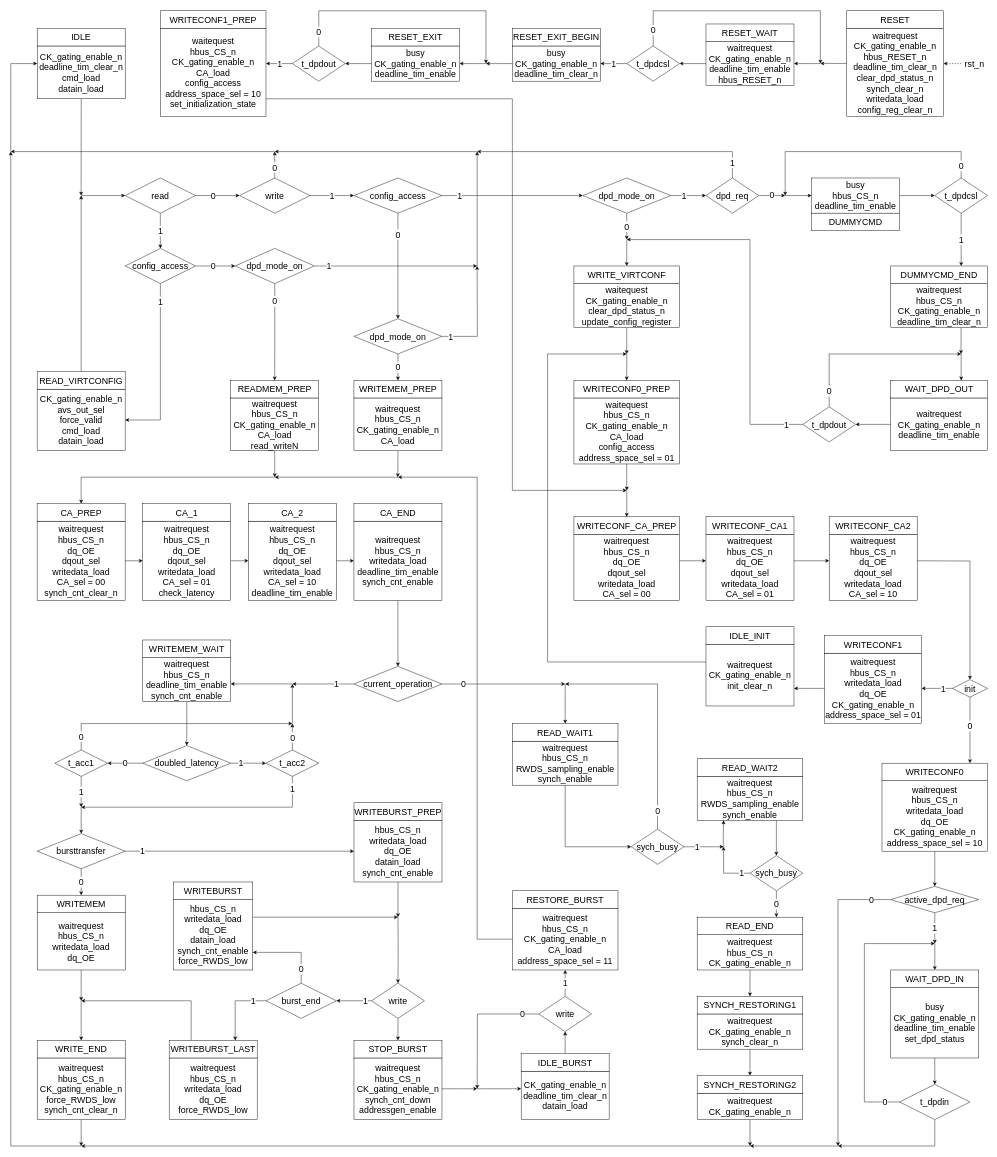
AndreaBononi/Intel_Cyclone10LP_systems keeps this draw.io diagram as page "FSM" (9 of 9) of hyperram_system/ip/avs_to_hram_converter/schematics/avs_to_hram_converter.drawio. Above is the earlier version. Source tidied: cells renumbered, new cells numbered last; positions are measured from the earlier drawing's top-left corner, leaving out a move shared by most shapes. Both pictures are drawn from the tidied source at 44%, with x=0, y=0 at pixel (11, 11).
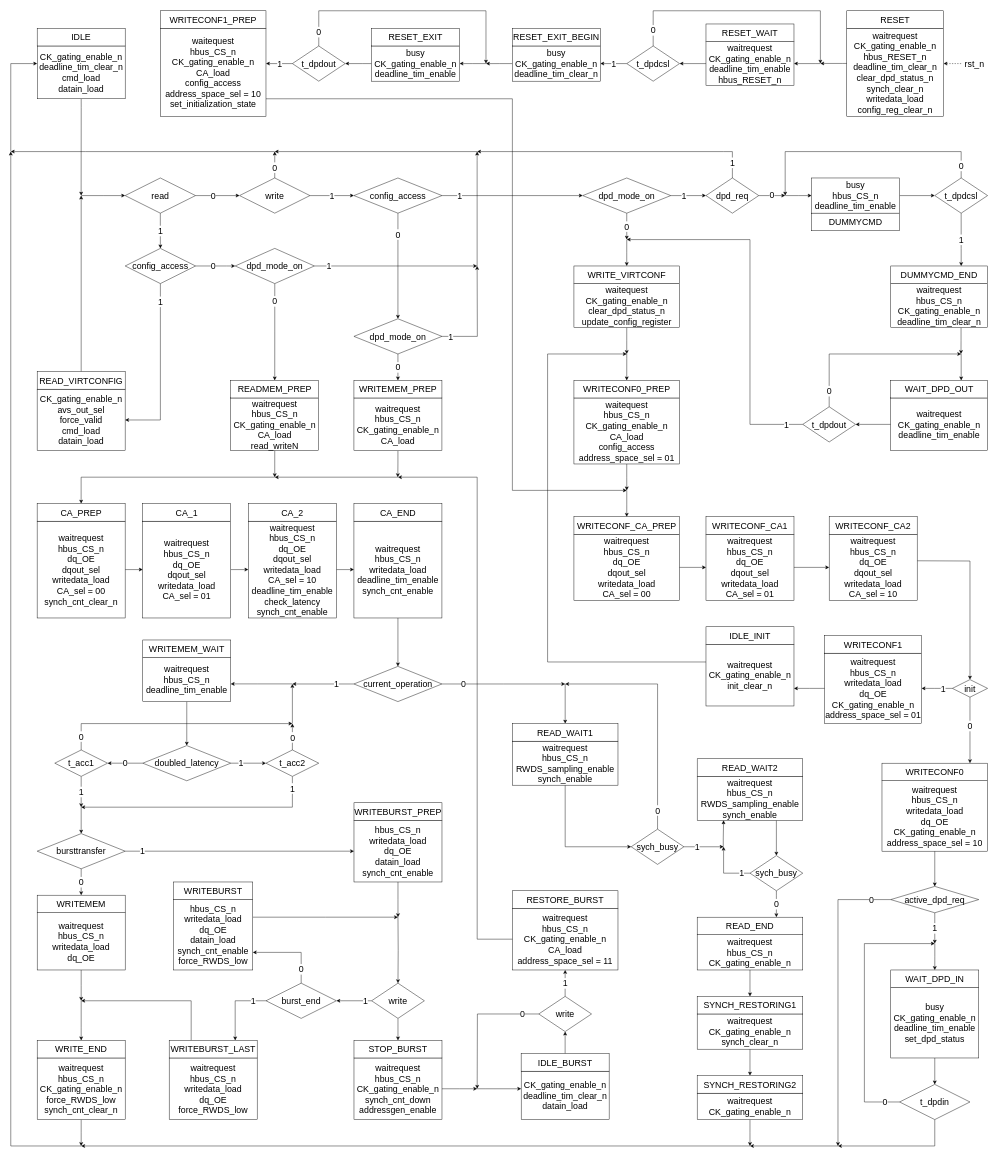
The same diagram, later.

Commit message (it also covers changes not shown here):
hyperram system: error fixing and timing diagram (write burst)

Unchanged cells that the change refers to:
```xml
<mxCell id="83" value="&lt;div style=&quot;font-size: 20px;&quot;&gt;waitrequest&lt;/div&gt;&lt;div style=&quot;font-size: 20px;&quot;&gt;&lt;font style=&quot;font-size: 20px;&quot;&gt;hbus_CS_n&lt;/font&gt;&lt;/div&gt;&lt;div style=&quot;font-size: 20px;&quot;&gt;&lt;font style=&quot;font-size: 20px;&quot;&gt;dq_OE&lt;/font&gt;&lt;/div&gt;&lt;div style=&quot;font-size: 20px;&quot;&gt;dqout_sel&lt;/div&gt;&lt;div style=&quot;font-size: 20px;&quot;&gt;writedata_load&lt;div style=&quot;font-size: 20px;&quot;&gt;&lt;div style=&quot;font-size: 20px;&quot;&gt;CA_sel = 00&lt;/div&gt;&lt;/div&gt;&lt;/div&gt;" style="rounded=0;whiteSpace=wrap;html=1;fontSize=20;" parent="1" vertex="1">
  <mxGeometry x="1279.9" y="1190" width="240" height="150" as="geometry" />
</mxCell>
<mxCell id="85" value="waitrequest&lt;div style=&quot;font-size: 20px;&quot;&gt;&lt;font style=&quot;font-size: 20px;&quot;&gt;hbus_CS_n&lt;/font&gt;&lt;/div&gt;&lt;div style=&quot;font-size: 20px;&quot;&gt;&lt;font style=&quot;font-size: 20px;&quot;&gt;dq_OE&lt;/font&gt;&lt;/div&gt;&lt;div style=&quot;font-size: 20px;&quot;&gt;&lt;font style=&quot;font-size: 20px;&quot;&gt;dqout_sel&lt;/font&gt;&lt;/div&gt;&lt;div style=&quot;font-size: 20px;&quot;&gt;&lt;font style=&quot;font-size: 20px;&quot;&gt;writedata_load&lt;/font&gt;&lt;/div&gt;&lt;div style=&quot;font-size: 20px;&quot;&gt;CA_sel = 01&lt;/div&gt;" style="rounded=0;whiteSpace=wrap;html=1;fontSize=20;" parent="1" vertex="1">
  <mxGeometry x="1580" y="1190" width="200" height="150" as="geometry" />
</mxCell>
<mxCell id="88" value="&lt;div style=&quot;font-size: 20px;&quot;&gt;waitrequest&lt;/div&gt;&lt;div style=&quot;font-size: 20px;&quot;&gt;&lt;font style=&quot;font-size: 20px;&quot;&gt;hbus_CS_n&lt;/font&gt;&lt;/div&gt;&lt;div style=&quot;font-size: 20px;&quot;&gt;&lt;font style=&quot;font-size: 20px;&quot;&gt;dq_OE&lt;/font&gt;&lt;/div&gt;&lt;div style=&quot;font-size: 20px;&quot;&gt;&lt;font style=&quot;font-size: 20px;&quot;&gt;dqout_sel&lt;/font&gt;&lt;/div&gt;&lt;div style=&quot;font-size: 20px;&quot;&gt;&lt;font style=&quot;font-size: 20px;&quot;&gt;writedata_load&lt;/font&gt;&lt;/div&gt;&lt;div style=&quot;font-size: 20px;&quot;&gt;CA_sel = 10&lt;br style=&quot;font-size: 20px;&quot;&gt;&lt;/div&gt;" style="rounded=0;whiteSpace=wrap;html=1;fontSize=20;" parent="1" vertex="1">
  <mxGeometry x="1860" y="1190" width="200" height="150" as="geometry" />
</mxCell>
```

The edit, as a diff of the source:
```diff
@@
-    <mxCell id="48" value="&lt;div style=&quot;font-size: 20px;&quot;&gt;&lt;font style=&quot;font-size: 20px;&quot;&gt;waitrequest&lt;/font&gt;&lt;/div&gt;&lt;div style=&quot;font-size: 20px;&quot;&gt;&lt;font style=&quot;font-size: 20px;&quot;&gt;hbus_CS_n&lt;/font&gt;&lt;/div&gt;&lt;div style=&quot;font-size: 20px;&quot;&gt;&lt;font style=&quot;font-size: 20px;&quot;&gt;deadline_tim_enable&lt;/font&gt;&lt;/div&gt;&lt;div&gt;synch_cnt_enable&lt;br&gt;&lt;/div&gt;" style="rounded=0;whiteSpace=wrap;html=1;fontSize=20;" parent="1" vertex="1">
+    <mxCell id="48" value="&lt;div style=&quot;font-size: 20px;&quot;&gt;&lt;font style=&quot;font-size: 20px;&quot;&gt;waitrequest&lt;/font&gt;&lt;/div&gt;&lt;div style=&quot;font-size: 20px;&quot;&gt;&lt;font style=&quot;font-size: 20px;&quot;&gt;hbus_CS_n&lt;/font&gt;&lt;/div&gt;&lt;div style=&quot;font-size: 20px;&quot;&gt;&lt;font style=&quot;font-size: 20px;&quot;&gt;deadline_tim_enable&lt;/font&gt;&lt;/div&gt;" style="rounded=0;whiteSpace=wrap;html=1;fontSize=20;" parent="1" vertex="1">
       <mxGeometry x="300" y="1470" width="200" height="100" as="geometry" />
     </mxCell>
@@
     <mxCell id="140" value="waitrequest&lt;div style=&quot;font-size: 20px;&quot;&gt;&lt;font style=&quot;font-size: 20px;&quot;&gt;hbus_CS_n&lt;/font&gt;&lt;/div&gt;&lt;div style=&quot;font-size: 20px;&quot;&gt;&lt;font style=&quot;font-size: 20px;&quot;&gt;dq_OE&lt;/font&gt;&lt;/div&gt;&lt;div style=&quot;font-size: 20px;&quot;&gt;dqout_sel&lt;/div&gt;&lt;div style=&quot;font-size: 20px;&quot;&gt;writedata_load&lt;br style=&quot;font-size: 20px;&quot;&gt;&lt;/div&gt;&lt;div style=&quot;font-size: 20px;&quot;&gt;&lt;div style=&quot;font-size: 20px;&quot;&gt;CA_sel = 00&lt;/div&gt;&lt;/div&gt;&lt;div&gt;synch_cnt_clear_n&lt;/div&gt;" style="rounded=0;whiteSpace=wrap;html=1;fontSize=20;" parent="1" vertex="1">
-      <mxGeometry x="59.9" y="1160" width="200" height="180" as="geometry" />
+      <mxGeometry x="59.9" y="1160" width="200" height="220" as="geometry" />
     </mxCell>
@@
-    <mxCell id="143" value="waitrequest&lt;div style=&quot;font-size: 20px;&quot;&gt;&lt;font style=&quot;font-size: 20px;&quot;&gt;hbus_CS_n&lt;/font&gt;&lt;/div&gt;&lt;div style=&quot;font-size: 20px;&quot;&gt;&lt;font style=&quot;font-size: 20px;&quot;&gt;dq_OE&lt;/font&gt;&lt;/div&gt;&lt;div style=&quot;font-size: 20px;&quot;&gt;&lt;font style=&quot;font-size: 20px;&quot;&gt;dqout_sel&lt;/font&gt;&lt;/div&gt;&lt;div style=&quot;font-size: 20px;&quot;&gt;&lt;font style=&quot;font-size: 20px;&quot;&gt;writedata_load&lt;/font&gt;&lt;/div&gt;&lt;div style=&quot;font-size: 20px;&quot;&gt;&lt;div style=&quot;font-size: 20px;&quot;&gt;&lt;div style=&quot;font-size: 20px;&quot;&gt;CA_sel = 01&lt;/div&gt;&lt;/div&gt;&lt;/div&gt;&lt;div style=&quot;font-size: 20px;&quot;&gt;check_latency&lt;/div&gt;" style="rounded=0;whiteSpace=wrap;html=1;fontSize=20;" parent="1" vertex="1">
-      <mxGeometry x="299.9" y="1160" width="200" height="180" as="geometry" />
+    <mxCell id="143" value="waitrequest&lt;div style=&quot;font-size: 20px;&quot;&gt;&lt;font style=&quot;font-size: 20px;&quot;&gt;hbus_CS_n&lt;/font&gt;&lt;/div&gt;&lt;div style=&quot;font-size: 20px;&quot;&gt;&lt;font style=&quot;font-size: 20px;&quot;&gt;dq_OE&lt;/font&gt;&lt;/div&gt;&lt;div style=&quot;font-size: 20px;&quot;&gt;&lt;font style=&quot;font-size: 20px;&quot;&gt;dqout_sel&lt;/font&gt;&lt;/div&gt;&lt;div style=&quot;font-size: 20px;&quot;&gt;&lt;font style=&quot;font-size: 20px;&quot;&gt;writedata_load&lt;/font&gt;&lt;/div&gt;&lt;div style=&quot;font-size: 20px;&quot;&gt;&lt;div style=&quot;font-size: 20px;&quot;&gt;&lt;div style=&quot;font-size: 20px;&quot;&gt;CA_sel = 01&lt;/div&gt;&lt;/div&gt;&lt;/div&gt;" style="rounded=0;whiteSpace=wrap;html=1;fontSize=20;" parent="1" vertex="1">
+      <mxGeometry x="299.9" y="1160" width="200" height="220" as="geometry" />
     </mxCell>
@@
-    <mxCell id="146" value="waitrequest&lt;div style=&quot;font-size: 20px;&quot;&gt;&lt;font style=&quot;font-size: 20px;&quot;&gt;hbus_CS_n&lt;/font&gt;&lt;/div&gt;&lt;div style=&quot;font-size: 20px;&quot;&gt;&lt;font style=&quot;font-size: 20px;&quot;&gt;dq_OE&lt;/font&gt;&lt;/div&gt;&lt;div style=&quot;font-size: 20px;&quot;&gt;&lt;font style=&quot;font-size: 20px;&quot;&gt;dqout_sel&lt;/font&gt;&lt;/div&gt;&lt;div style=&quot;font-size: 20px;&quot;&gt;&lt;font style=&quot;font-size: 20px;&quot;&gt;writedata_load&lt;/font&gt;&lt;/div&gt;&lt;div style=&quot;font-size: 20px;&quot;&gt;CA_sel = 10&lt;br style=&quot;font-size: 20px;&quot;&gt;&lt;/div&gt;&lt;div style=&quot;font-size: 20px;&quot;&gt;deadline_tim_enable&lt;br style=&quot;font-size: 20px;&quot;&gt;&lt;/div&gt;" style="rounded=0;whiteSpace=wrap;html=1;fontSize=20;" parent="1" vertex="1">
-      <mxGeometry x="539.9" y="1160" width="200" height="180" as="geometry" />
+    <mxCell id="146" value="waitrequest&lt;div style=&quot;font-size: 20px;&quot;&gt;&lt;font style=&quot;font-size: 20px;&quot;&gt;hbus_CS_n&lt;/font&gt;&lt;/div&gt;&lt;div style=&quot;font-size: 20px;&quot;&gt;&lt;font style=&quot;font-size: 20px;&quot;&gt;dq_OE&lt;/font&gt;&lt;/div&gt;&lt;div style=&quot;font-size: 20px;&quot;&gt;&lt;font style=&quot;font-size: 20px;&quot;&gt;dqout_sel&lt;/font&gt;&lt;/div&gt;&lt;div style=&quot;font-size: 20px;&quot;&gt;&lt;font style=&quot;font-size: 20px;&quot;&gt;writedata_load&lt;/font&gt;&lt;/div&gt;&lt;div style=&quot;font-size: 20px;&quot;&gt;CA_sel = 10&lt;br style=&quot;font-size: 20px;&quot;&gt;&lt;/div&gt;&lt;div style=&quot;font-size: 20px;&quot;&gt;deadline_tim_enable&lt;br style=&quot;font-size: 20px;&quot;&gt;&lt;/div&gt;&lt;div&gt;check_latency&lt;/div&gt;&lt;div&gt;synch_cnt_enable&lt;/div&gt;" style="rounded=0;whiteSpace=wrap;html=1;fontSize=20;" parent="1" vertex="1">
+      <mxGeometry x="539.9" y="1160" width="200" height="220" as="geometry" />
     </mxCell>
@@
     <mxCell id="148" value="waitrequest&lt;div style=&quot;font-size: 20px;&quot;&gt;&lt;font style=&quot;font-size: 20px;&quot;&gt;hbus_CS_n&lt;/font&gt;&lt;/div&gt;&lt;div style=&quot;font-size: 20px;&quot;&gt;&lt;font style=&quot;font-size: 20px;&quot;&gt;writedata_load&lt;/font&gt;&lt;/div&gt;&lt;div style=&quot;font-size: 20px;&quot;&gt;&lt;font style=&quot;font-size: 20px;&quot;&gt;deadline_tim_enable&lt;/font&gt;&lt;/div&gt;&lt;div&gt;synch_cnt_enable&lt;/div&gt;" style="rounded=0;whiteSpace=wrap;html=1;fontSize=20;" parent="1" vertex="1">
-      <mxGeometry x="779.9" y="1160" width="200" height="180" as="geometry" />
+      <mxGeometry x="779.9" y="1160" width="200" height="220" as="geometry" />
     </mxCell>
@@
-    <mxCell id="220" style="endArrow=classic;html=1;rounded=0;" parent="1" edge="1">
-      <mxGeometry relative="1" as="geometry">
-        <mxPoint x="1520" y="1250" as="sourcePoint" />
-        <mxPoint x="1580" y="1250" as="targetPoint" />
-      </mxGeometry>
+    <mxCell id="220" style="endArrow=classic;html=1;rounded=0;exitX=1;exitY=0.5;exitDx=0;exitDy=0;entryX=0;entryY=0.5;entryDx=0;entryDy=0;" parent="1" edge="1" source="83" target="85">
+      <mxGeometry relative="1" as="geometry" />
     </mxCell>
-    <mxCell id="221" style="endArrow=classic;html=1;rounded=0;" parent="1" edge="1">
-      <mxGeometry relative="1" as="geometry">
-        <mxPoint x="1780" y="1250" as="sourcePoint" />
-        <mxPoint x="1860" y="1250" as="targetPoint" />
-      </mxGeometry>
+    <mxCell id="221" style="endArrow=classic;html=1;rounded=0;exitX=1;exitY=0.5;exitDx=0;exitDy=0;entryX=0;entryY=0.5;entryDx=0;entryDy=0;" parent="1" edge="1" source="85" target="88">
+      <mxGeometry relative="1" as="geometry" />
     </mxCell>
```
